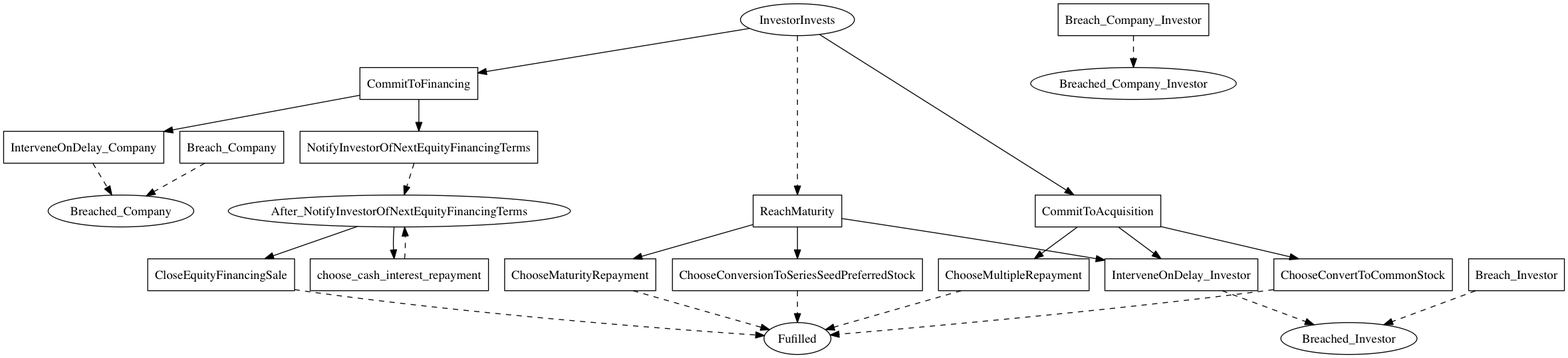
This is linear_state_machine_language/pyL4/examples/out_graphviz/serious/KISS.png from Marcao02/complaw-deeptech, a Graphviz export, as it was before one commit. Its source is kept beside it as linear_state_machine_language/pyL4/examples/out_graphviz/serious/KISS.dot.
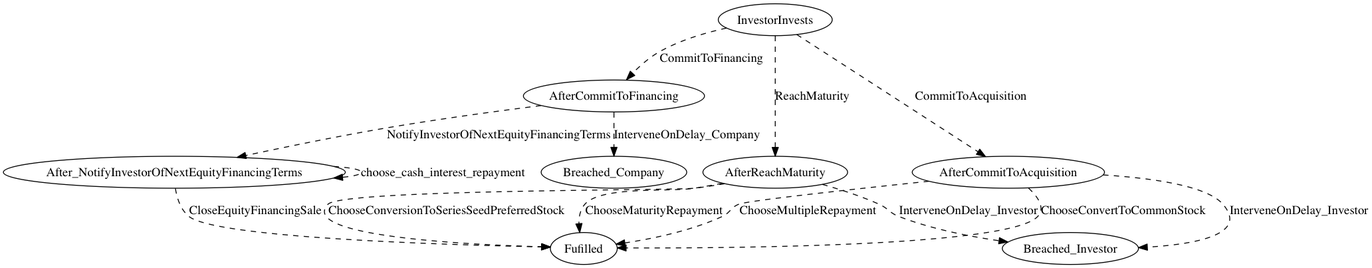
Later version of the same file.

Diff of the diagram source:
```diff
@@ -2,57 +2,28 @@
 digraph KISS {
     Fulfilled[label=Fufilled];
     InvestorInvests[label=InvestorInvests];
-	After_NotifyInvestorOfNextEquityFinancingTerms[label=After_NotifyInvestorOfNextEquityFinancingTerms];
-	Breached_Investor[label=Breached_Investor];
-	Breached_Company[label=Breached_Company];
-	Breached_Company_Investor[label=Breached_Company_Investor]
-
-
-    CommitToFinancing[label=CommitToFinancing,shape=box];
-	NotifyInvestorOfNextEquityFinancingTerms[label=NotifyInvestorOfNextEquityFinancingTerms,shape=box];
-	choose_cash_interest_repayment[label=choose_cash_interest_repayment,shape=box];
-	CloseEquityFinancingSale[label=CloseEquityFinancingSale,shape=box];
-	CommitToAcquisition[label=CommitToAcquisition,shape=box];
-	ChooseMultipleRepayment[label=ChooseMultipleRepayment,shape=box];
-	ChooseConvertToCommonStock[label=ChooseConvertToCommonStock,shape=box];
-	ReachMaturity[label=ReachMaturity,shape=box];
-	ChooseMaturityRepayment[label=ChooseMaturityRepayment,shape=box];
-	ChooseConversionToSeriesSeedPreferredStock[label=ChooseConversionToSeriesSeedPreferredStock,shape=box];
-	Breach_Investor[label=Breach_Investor,shape=box];
-	Breach_Company[label=Breach_Company,shape=box];
-	Breach_Company_Investor[label=Breach_Company_Investor,shape=box];
-	InterveneOnDelay_Investor[label=InterveneOnDelay_Investor,shape=box];
-	InterveneOnDelay_Company[label=InterveneOnDelay_Company,shape=box]
+	After_NotifyInvestorOfNextEquityFinancingTerms[label=After_NotifyInvestorOfNextEquityFinancingTerms]
 
 
 
-    InvestorInvests -> CommitToAcquisition;
-	InvestorInvests -> CommitToFinancing;
-	InvestorInvests -> ReachMaturity [style=dashed];
-	CommitToFinancing -> NotifyInvestorOfNextEquityFinancingTerms;
-	CommitToFinancing -> InterveneOnDelay_Company;
-	After_NotifyInvestorOfNextEquityFinancingTerms -> choose_cash_interest_repayment;
-	After_NotifyInvestorOfNextEquityFinancingTerms -> CloseEquityFinancingSale;
-	CommitToAcquisition -> ChooseMultipleRepayment;
-	CommitToAcquisition -> ChooseConvertToCommonStock;
-	CommitToAcquisition -> InterveneOnDelay_Investor;
-	ReachMaturity -> ChooseConversionToSeriesSeedPreferredStock;
-	ReachMaturity -> ChooseMaturityRepayment;
-	ReachMaturity -> InterveneOnDelay_Investor
-
-    NotifyInvestorOfNextEquityFinancingTerms -> After_NotifyInvestorOfNextEquityFinancingTerms [style=dashed];
-	CloseEquityFinancingSale -> Fulfilled [style=dashed];
-	ChooseMultipleRepayment -> Fulfilled [style=dashed];
-	ChooseConvertToCommonStock -> Fulfilled [style=dashed];
-	ChooseMaturityRepayment -> Fulfilled [style=dashed];
-	ChooseConversionToSeriesSeedPreferredStock -> Fulfilled [style=dashed];
-	Breach_Investor -> Breached_Investor [style=dashed];
-	Breach_Company -> Breached_Company [style=dashed];
-	Breach_Company_Investor -> Breached_Company_Investor [style=dashed];
-	InterveneOnDelay_Investor -> Breached_Investor [style=dashed];
-	InterveneOnDelay_Company -> Breached_Company [style=dashed];
 
 
-    choose_cash_interest_repayment -> After_NotifyInvestorOfNextEquityFinancingTerms [style=dashed];
+
+
+    InvestorInvests -> AfterCommitToAcquisition [style=dashed,label=CommitToAcquisition];
+	InvestorInvests -> AfterCommitToFinancing [style=dashed,label=CommitToFinancing];
+	InvestorInvests -> AfterReachMaturity [style=dashed,label=ReachMaturity];
+	AfterCommitToFinancing -> After_NotifyInvestorOfNextEquityFinancingTerms [style=dashed,label=NotifyInvestorOfNextEquityFinancingTerms];
+	AfterCommitToFinancing -> Breached_Company [style=dashed,label=InterveneOnDelay_Company];
+	After_NotifyInvestorOfNextEquityFinancingTerms -> Fulfilled [style=dashed,label=CloseEquityFinancingSale];
+	AfterCommitToAcquisition -> Fulfilled [style=dashed,label=ChooseMultipleRepayment];
+	AfterCommitToAcquisition -> Fulfilled [style=dashed,label=ChooseConvertToCommonStock];
+	AfterCommitToAcquisition -> Breached_Investor [style=dashed,label=InterveneOnDelay_Investor];
+	AfterReachMaturity -> Fulfilled [style=dashed,label=ChooseConversionToSeriesSeedPreferredStock];
+	AfterReachMaturity -> Fulfilled [style=dashed,label=ChooseMaturityRepayment];
+	AfterReachMaturity -> Breached_Investor [style=dashed,label=InterveneOnDelay_Investor];
+
+
+    After_NotifyInvestorOfNextEquityFinancingTerms -> After_NotifyInvestorOfNextEquityFinancingTerms [style=dashed,label=choose_cash_interest_repayment];
 
 }
```
